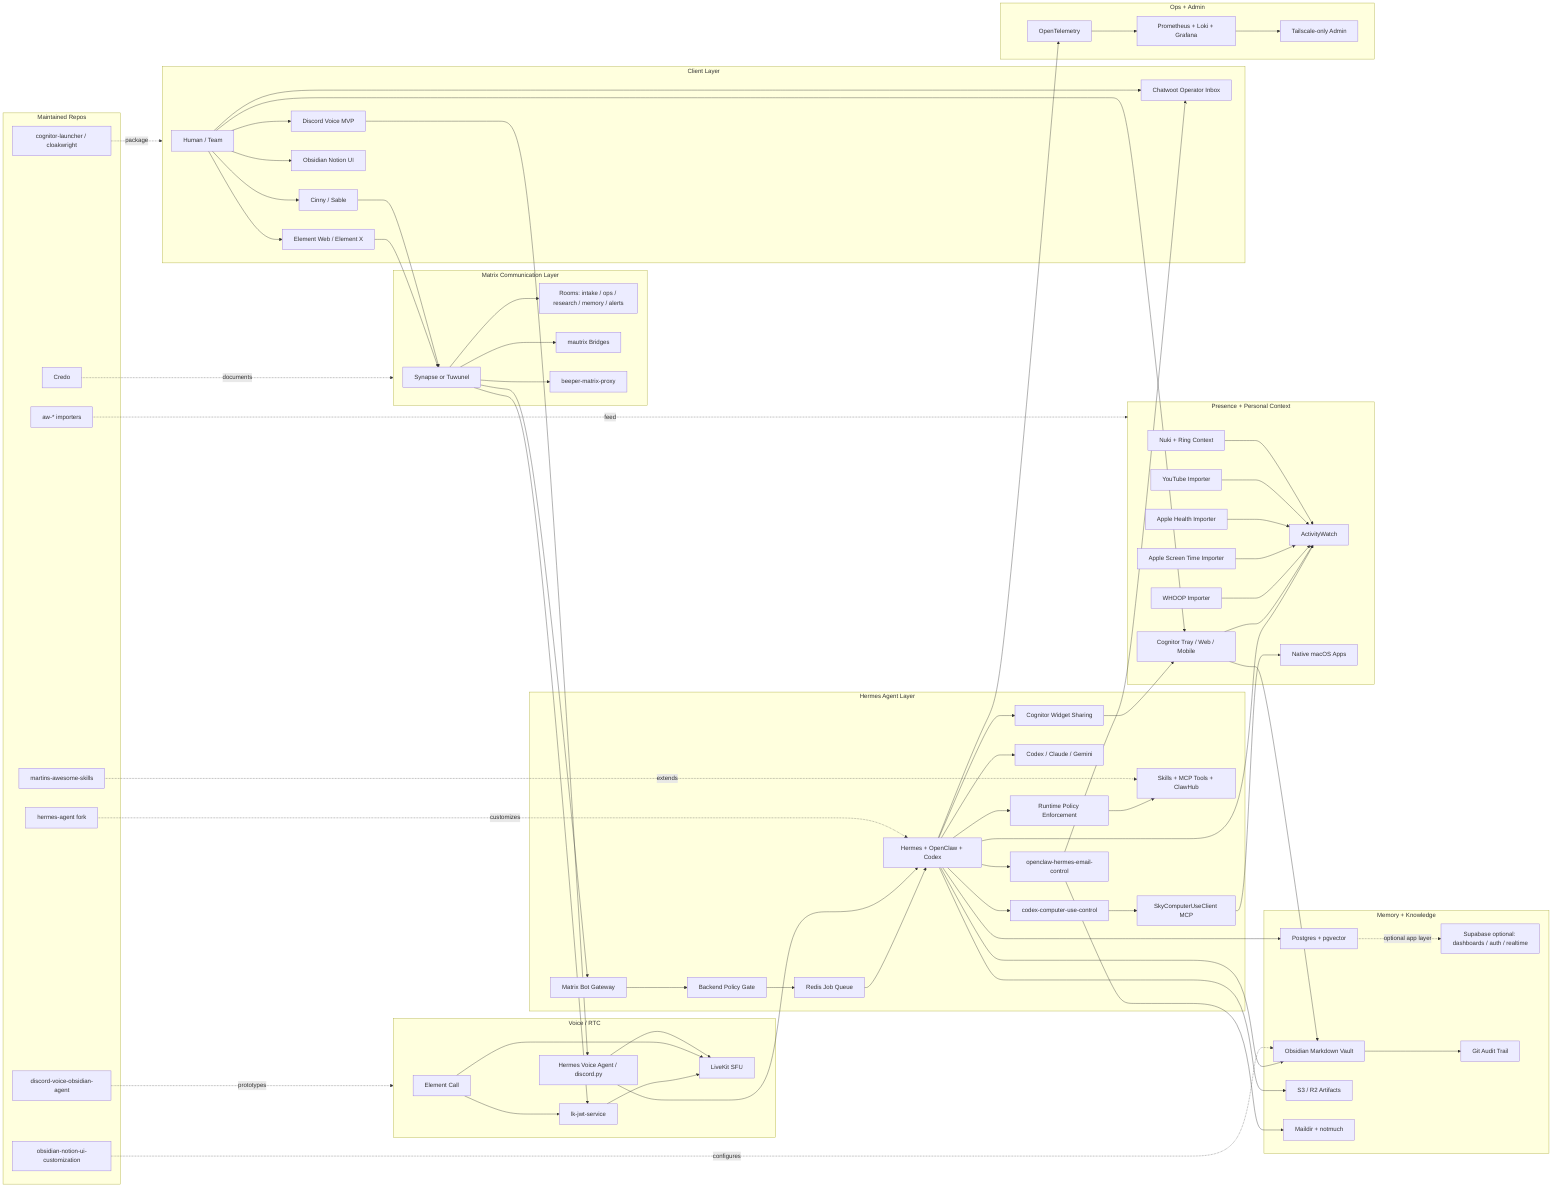
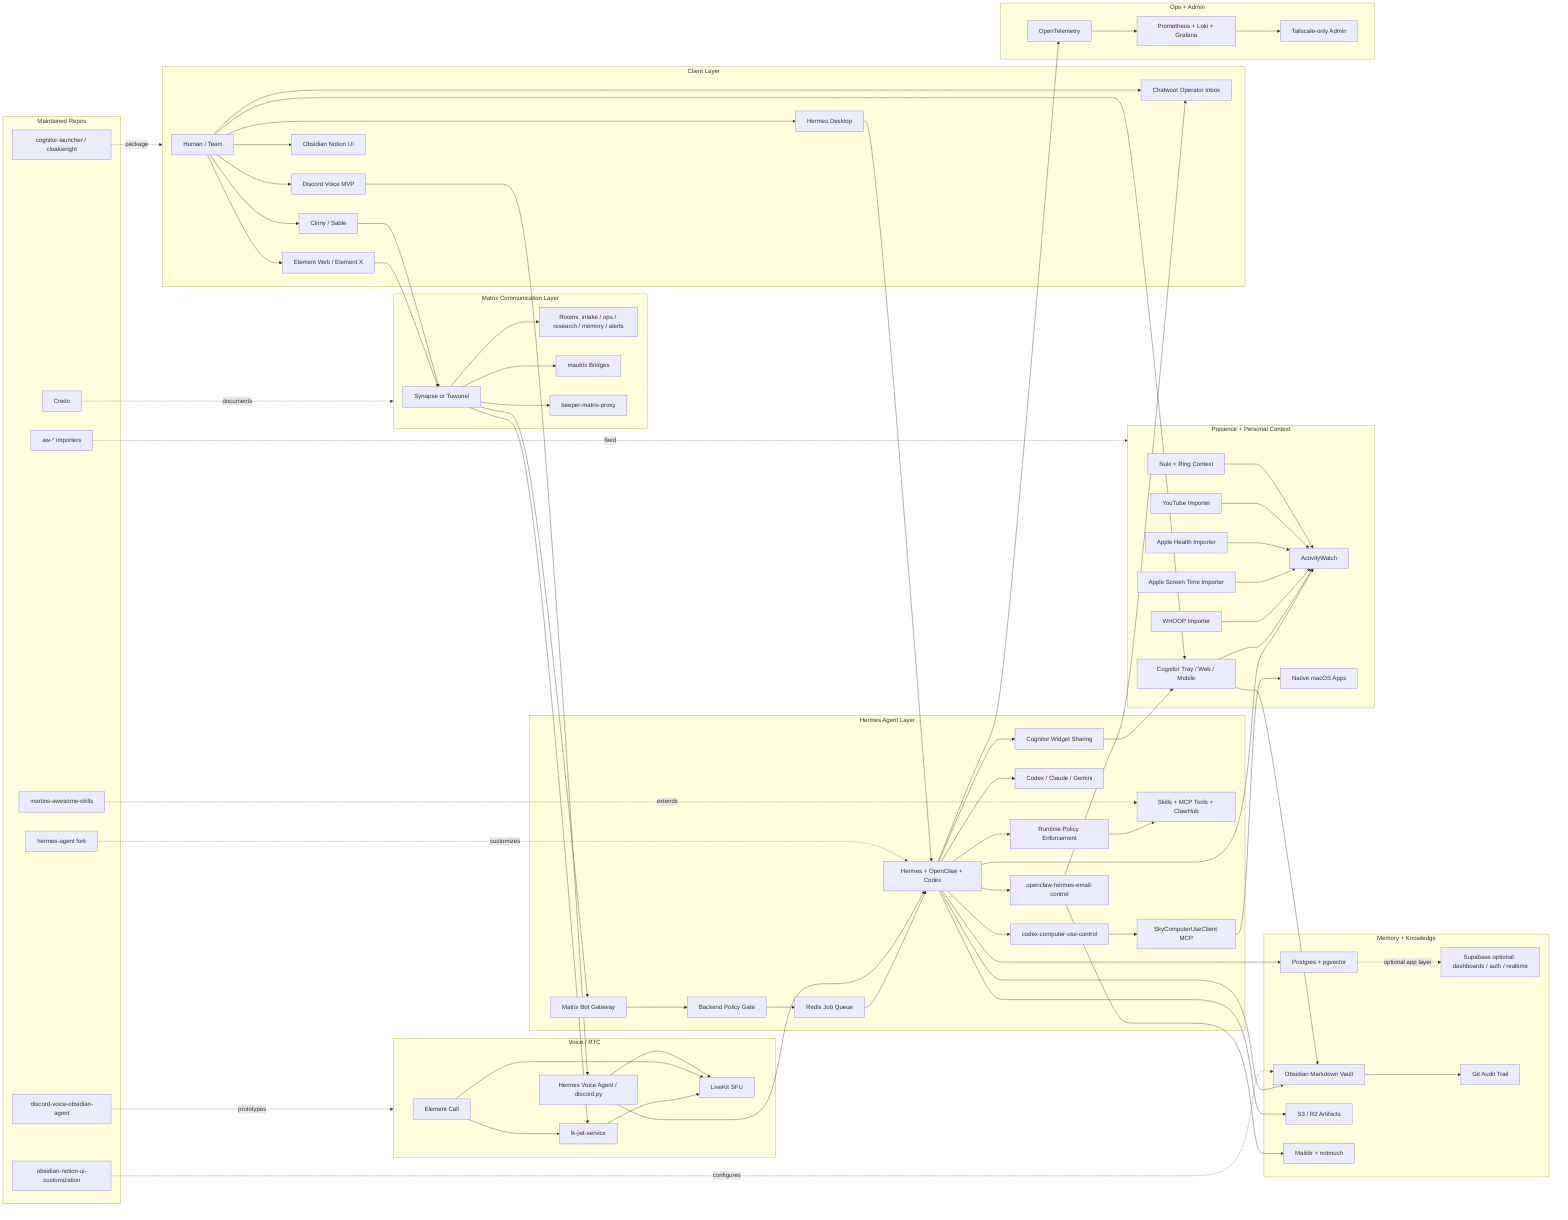
flowchart LR
  subgraph Clients["Client Layer"]
    Human["Human / Team"]
    Element["Element Web / Element X"]
    Cinny["Cinny / Sable"]
+     HermesDesktop["Hermes Desktop"]
    Discord["Discord Voice MVP"]
    ObsidianUI["Obsidian Notion UI"]
    ChatwootUI["Chatwoot Operator Inbox"]
  end

  subgraph MatrixLayer["Matrix Communication Layer"]
    Homeserver["Synapse or Tuwunel"]
    Rooms["Rooms: intake / ops / research / memory / alerts"]
    Bridges["mautrix Bridges"]
    Beeper["beeper-matrix-proxy"]
  end

  subgraph AgentLayer["Hermes Agent Layer"]
    Bot["Matrix Bot Gateway"]
    Authz["Backend Policy Gate"]
    Queue["Redis Job Queue"]
    Runtime["Hermes + OpenClaw + Codex"]
    RuntimePolicy["Runtime Policy Enforcement"]
    Workers["Codex / Claude / Gemini"]
    Skills["Skills + MCP Tools + ClawHub"]
    EmailCtrl["openclaw-hermes-email-control"]
    WidgetShare["Cognitor Widget Sharing"]
    ComputerUseControl["codex-computer-use-control"]
    SkyClient["SkyComputerUseClient MCP"]
  end

  subgraph KnowledgeLayer["Memory + Knowledge"]
    Postgres["Postgres + pgvector"]
    Supabase["Supabase optional: dashboards / auth / realtime"]
    Vault["Obsidian Markdown Vault"]
    Git["Git Audit Trail"]
    Artifacts["S3 / R2 Artifacts"]
    Maildir["Maildir + notmuch"]
  end

  subgraph ContextLayer["Presence + Personal Context"]
    AW["ActivityWatch"]
    Whoop["WHOOP Importer"]
    ScreenTime["Apple Screen Time Importer"]
    Health["Apple Health Importer"]
    YouTube["YouTube Importer"]
    Door["Nuki + Ring Context"]
    Cognitor["Cognitor Tray / Web / Mobile"]
    NativeUI["Native macOS Apps"]
  end

  subgraph VoiceLayer["Voice / RTC"]
    ElementCall["Element Call"]
    LiveKit["LiveKit SFU"]
    JWT["lk-jwt-service"]
    VoiceAgents["Hermes Voice Agent / discord.py"]
  end

  subgraph OpsLayer["Ops + Admin"]
    OTel["OpenTelemetry"]
    Metrics["Prometheus + Loki + Grafana"]
    Tail["Tailscale-only Admin"]
  end

  subgraph OwnRepos["Maintained Repos"]
    StackRepo["Credo"]
    HermesRepo["hermes-agent fork"]
    SkillsRepo["martins-awesome-skills"]
    ObsidianRepo["obsidian-notion-ui-customization"]
    VoiceRepo["discord-voice-obsidian-agent"]
    AWRepos["aw-* importers"]
    CognitorRepos["cognitor-launcher / cloakwright"]
  end

  Human --> Element
  Human --> Cinny
+   Human --> HermesDesktop
  Human --> Discord
  Human --> ObsidianUI
  Human --> ChatwootUI
  Human --> Cognitor
  Element --> Homeserver
  Cinny --> Homeserver
  Homeserver --> Rooms
  Homeserver --> Bot
  Homeserver --> Bridges
  Homeserver --> Beeper
  Bot --> Authz --> Queue --> Runtime
+   HermesDesktop --> Runtime
  Runtime --> RuntimePolicy
  Runtime --> Workers
  RuntimePolicy --> Skills
  Runtime --> EmailCtrl
  Runtime --> WidgetShare
  Runtime --> ComputerUseControl --> SkyClient --> NativeUI
  EmailCtrl --> ChatwootUI
  EmailCtrl --> Maildir
  WidgetShare --> Cognitor
  Runtime --> Postgres
  Postgres -. optional app layer .-> Supabase
  Runtime --> Vault --> Git
  Runtime --> Artifacts
  Runtime --> AW
  Cognitor --> AW
  Cognitor --> Vault
  Whoop --> AW
  ScreenTime --> AW
  Health --> AW
  YouTube --> AW
  Door --> AW
  ElementCall --> JWT
  Homeserver --> JWT
  JWT --> LiveKit
  ElementCall --> LiveKit
  VoiceAgents --> LiveKit
  VoiceAgents --> Runtime
  Discord --> VoiceAgents
  Runtime --> OTel --> Metrics --> Tail
  StackRepo -. documents .-> MatrixLayer
  HermesRepo -. customizes .-> Runtime
  SkillsRepo -. extends .-> Skills
  ObsidianRepo -. configures .-> Vault
  VoiceRepo -. prototypes .-> VoiceLayer
  AWRepos -. feed .-> ContextLayer
  CognitorRepos -. package .-> Clients
